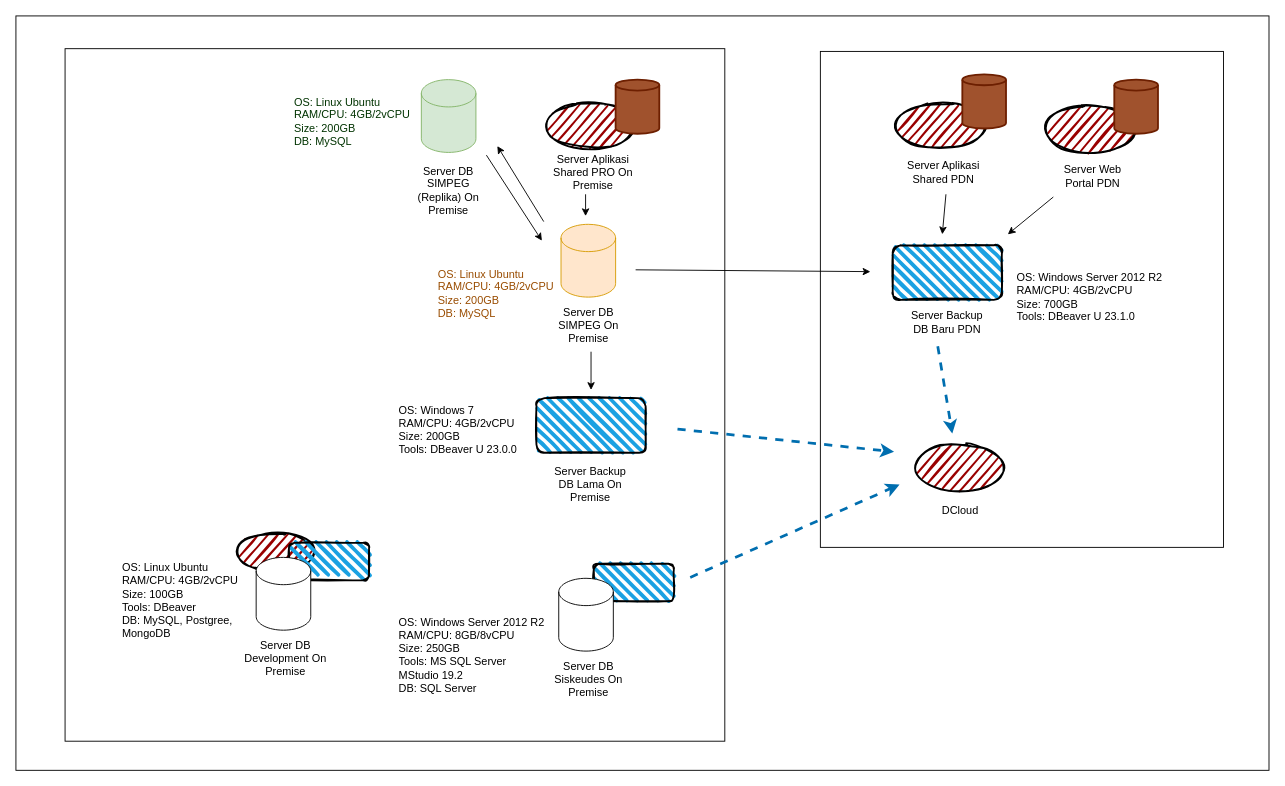
Earlier version of the draw.io diagram env_designs/env_database.drawio (zeneight/drawio). Source tidied: cells renumbered, new cells numbered last; positions are measured from the earlier drawing's top-left corner, leaving out a move shared by most shapes. Both pictures are drawn from the tidied source at 91%, with x=0, y=0 at pixel (15, 15).
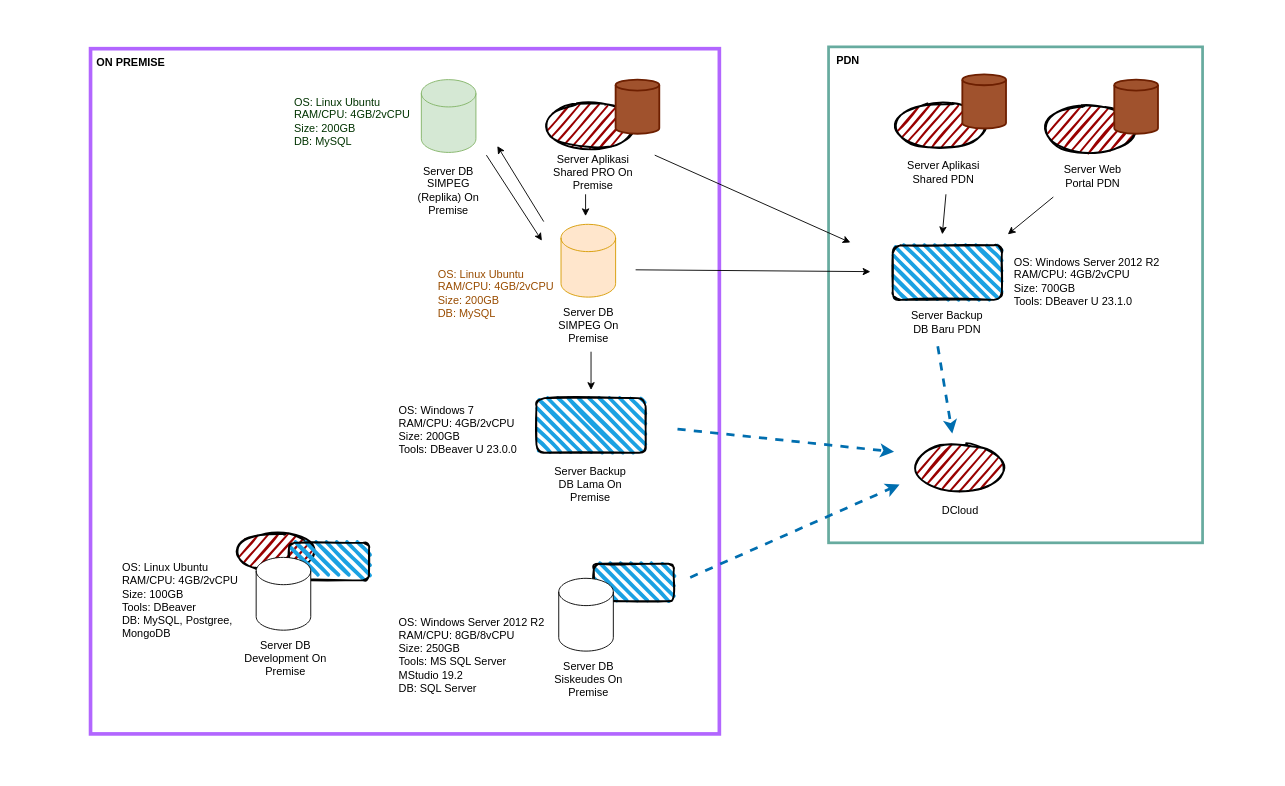
Above is the later version.

What changed in the source:
```diff
@@
-    <mxCell id="2" style="rounded=0;whiteSpace=wrap;html=1;fillColor=none;" parent="1" vertex="1">
-      <mxGeometry width="1377" height="829" as="geometry" />
-    </mxCell>
-    <mxCell id="3" style="rounded=0;whiteSpace=wrap;html=1;fillColor=none;" parent="1" vertex="1">
-      <mxGeometry x="884" y="39" width="443" height="545" as="geometry" />
+    <mxCell id="3" style="rounded=0;whiteSpace=wrap;html=1;fillColor=none;strokeColor=#67AB9F;strokeWidth=3;" parent="1" vertex="1">
+      <mxGeometry x="893" y="34" width="411" height="545" as="geometry" />
     </mxCell>
-    <mxCell id="4" style="rounded=0;whiteSpace=wrap;html=1;fillColor=none;" parent="1" vertex="1">
-      <mxGeometry x="54" y="36" width="725" height="761" as="geometry" />
+    <mxCell id="4" style="rounded=0;whiteSpace=wrap;html=1;fillColor=none;strokeWidth=4;fontColor=#ffffff;strokeColor=#B266FF;" parent="1" vertex="1">
+      <mxGeometry x="82" y="36" width="691" height="753" as="geometry" />
     </mxCell>
@@
     <mxCell id="14" value="&lt;div&gt;OS: Windows Server 2012 R2&lt;br&gt;&lt;/div&gt;&lt;div&gt;RAM/CPU: 4GB/2vCPU&lt;br&gt;&lt;/div&gt;&lt;div&gt;Size: 700GB&lt;br&gt;&lt;/div&gt;&lt;div&gt;Tools: DBeaver U 23.1.0&lt;br&gt;&lt;/div&gt;" style="text;html=1;whiteSpace=wrap;overflow=hidden;rounded=0;" parent="1" vertex="1">
-      <mxGeometry x="1097.5" y="273.5" width="166" height="76" as="geometry" />
+      <mxGeometry x="1095" y="257" width="166" height="76" as="geometry" />
     </mxCell>
@@
+    <mxCell id="47" style="endArrow=classic;html=1;rounded=0;" parent="1" edge="1">
+      <mxGeometry relative="1" as="geometry">
+        <mxPoint x="702" y="153" as="sourcePoint" />
+        <mxPoint x="917" y="249" as="targetPoint" />
+      </mxGeometry>
+    </mxCell>
+    <mxCell id="48" value="ON PREMISE" style="text;html=1;align=center;verticalAlign=middle;whiteSpace=wrap;rounded=0;fontStyle=1;" parent="1" vertex="1">
+      <mxGeometry x="76" y="36" width="101" height="30" as="geometry" />
+    </mxCell>
+    <mxCell id="49" value="PDN" style="text;html=1;align=center;verticalAlign=middle;whiteSpace=wrap;rounded=0;fontStyle=1;" parent="1" vertex="1">
+      <mxGeometry x="879" y="34" width="71" height="30" as="geometry" />
+    </mxCell>
```
